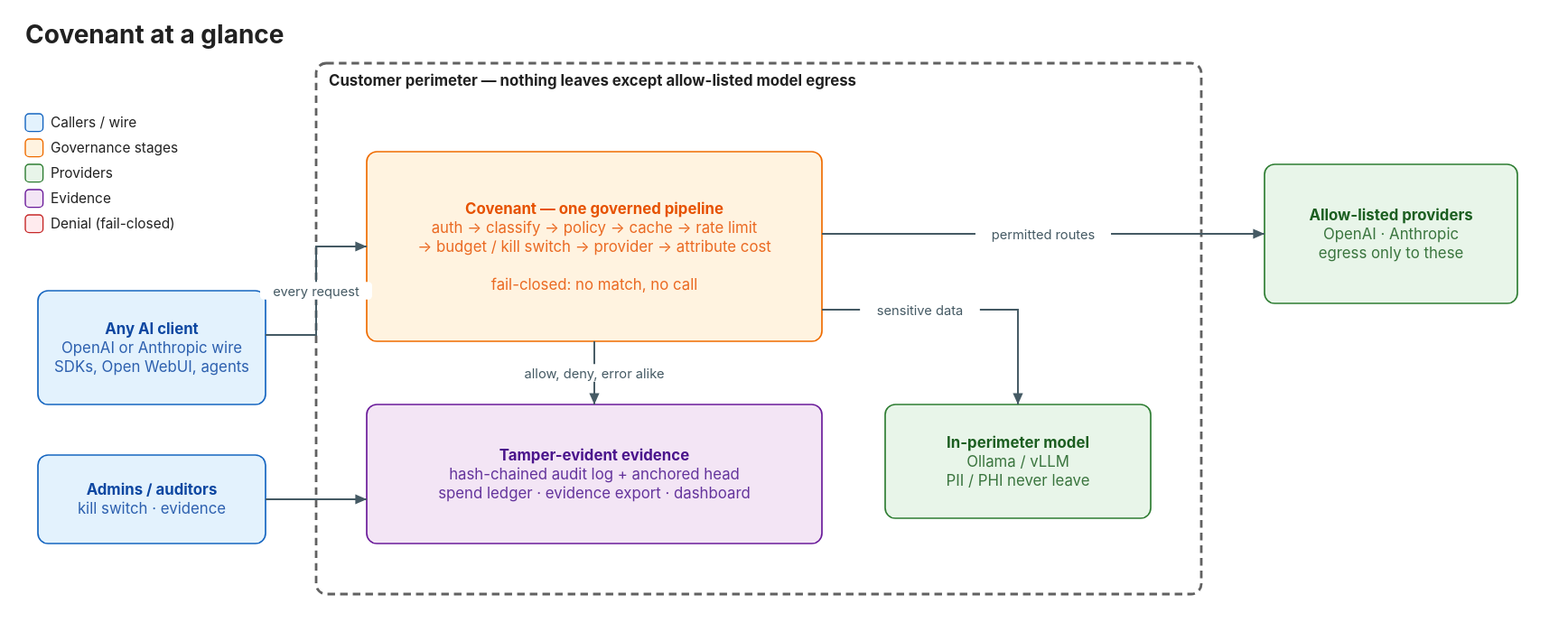
Above: docs/diagrams/covenant-overview.svg in command0r/Covenant (draw.io), before the change. Source tidied: cells renumbered, new cells last; positions are measured from the earlier drawing's top-left corner, leaving out a move shared by most shapes.
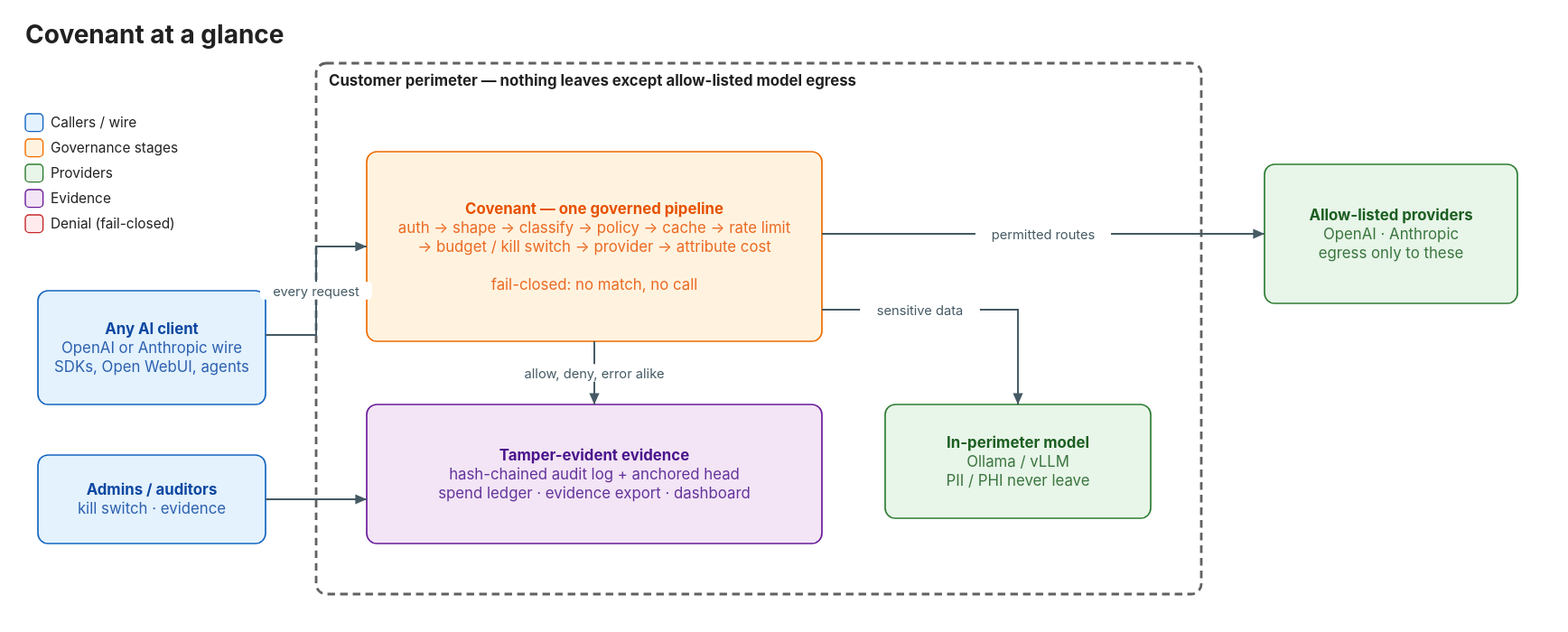
The same diagram one commit later.

Change to the diagram source:
```diff
@@ -8,7 +8,7 @@
     <mxCell id="3" value="&lt;b&gt;Any AI client&lt;/b&gt;&lt;br&gt;OpenAI or Anthropic wire&lt;br&gt;SDKs, Open WebUI, agents" style="rounded=1;whiteSpace=wrap;html=1;fillColor=#e3f2fd;strokeColor=#1565c0;fontColor=#0d47a1;" parent="1" vertex="1">
       <mxGeometry y="180" width="180" height="90" as="geometry" />
     </mxCell>
-    <mxCell id="4" value="&lt;b&gt;Covenant — one governed pipeline&lt;/b&gt;&lt;br&gt;auth → classify → policy → cache → rate limit&lt;br&gt;→ budget / kill switch → provider → attribute cost&lt;br&gt;&lt;br&gt;fail-closed: no match, no call" style="rounded=1;whiteSpace=wrap;html=1;fillColor=#fff3e0;strokeColor=#ef6c00;fontColor=#e65100;" parent="1" vertex="1">
+    <mxCell id="4" value="&lt;b&gt;Covenant — one governed pipeline&lt;/b&gt;&lt;br&gt;auth → shape → classify → policy → cache → rate limit&lt;br&gt;→ budget / kill switch → provider → attribute cost&lt;br&gt;&lt;br&gt;fail-closed: no match, no call" style="rounded=1;whiteSpace=wrap;html=1;fillColor=#fff3e0;strokeColor=#ef6c00;fontColor=#e65100;" parent="1" vertex="1">
       <mxGeometry x="260" y="70" width="360" height="150" as="geometry" />
     </mxCell>
     <mxCell id="5" value="&lt;b&gt;Tamper-evident evidence&lt;/b&gt;&lt;br&gt;hash-chained audit log + anchored head&lt;br&gt;spend ledger · evidence export · dashboard" style="rounded=1;whiteSpace=wrap;html=1;fillColor=#f3e5f5;strokeColor=#6a1b9a;fontColor=#4a148c;" parent="1" vertex="1">
```
